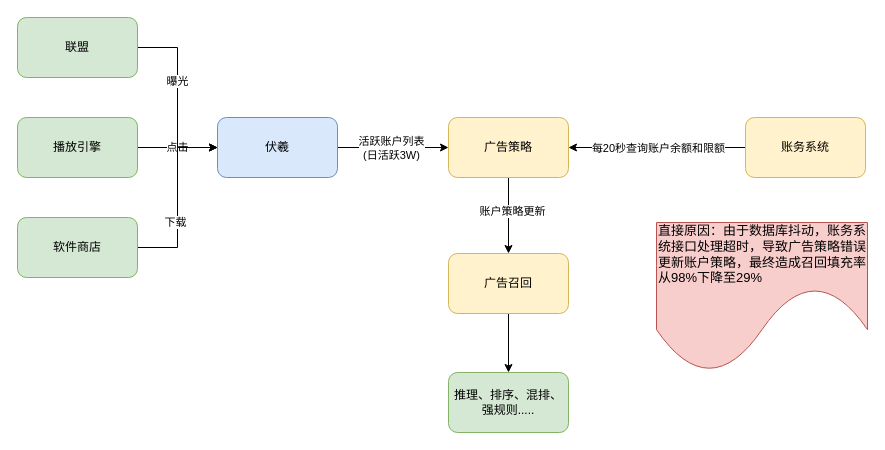
Above: 账务系统.drawio in qiangyin/zipkin-server (draw.io), before the change. Source tidied: cells renumbered, new cells numbered last; positions are measured from the earlier drawing's top-left corner, leaving out a move shared by most shapes. Both pictures are drawn from the tidied source at 100%, with x=0, y=0 at pixel (17, 17).
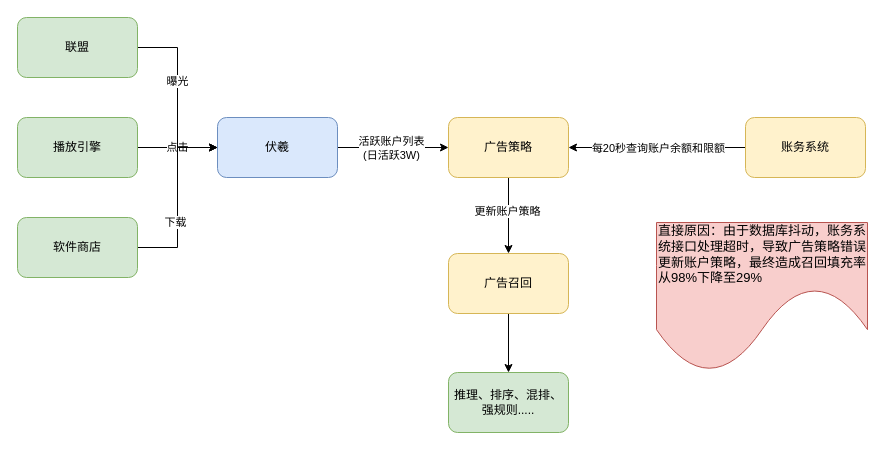
The same diagram, later.

Commit message:
更新账务系统.drawio

The change refers to these unchanged cells:
```xml
<mxCell id="7" style="edgeStyle=orthogonalEdgeStyle;rounded=0;jettySize=auto;html=1;" parent="1" edge="1" source="9" target="20">
  <mxGeometry relative="1" as="geometry" />
</mxCell>
```

Diff of the diagram source:
```diff
@@
-    <mxCell id="8" value="账户策略更新" style="edgeLabel;html=1;align=center;verticalAlign=middle;" parent="7" vertex="1">
-      <mxGeometry x="-0.14" y="3" relative="1" as="geometry" />
+    <mxCell id="8" value="更新账户策略" style="edgeLabel;html=1;align=center;verticalAlign=middle;" parent="7" vertex="1">
+      <mxGeometry x="-0.14" y="3" relative="1" as="geometry">
+        <mxPoint x="-5" as="offset" />
+      </mxGeometry>
     </mxCell>
```
